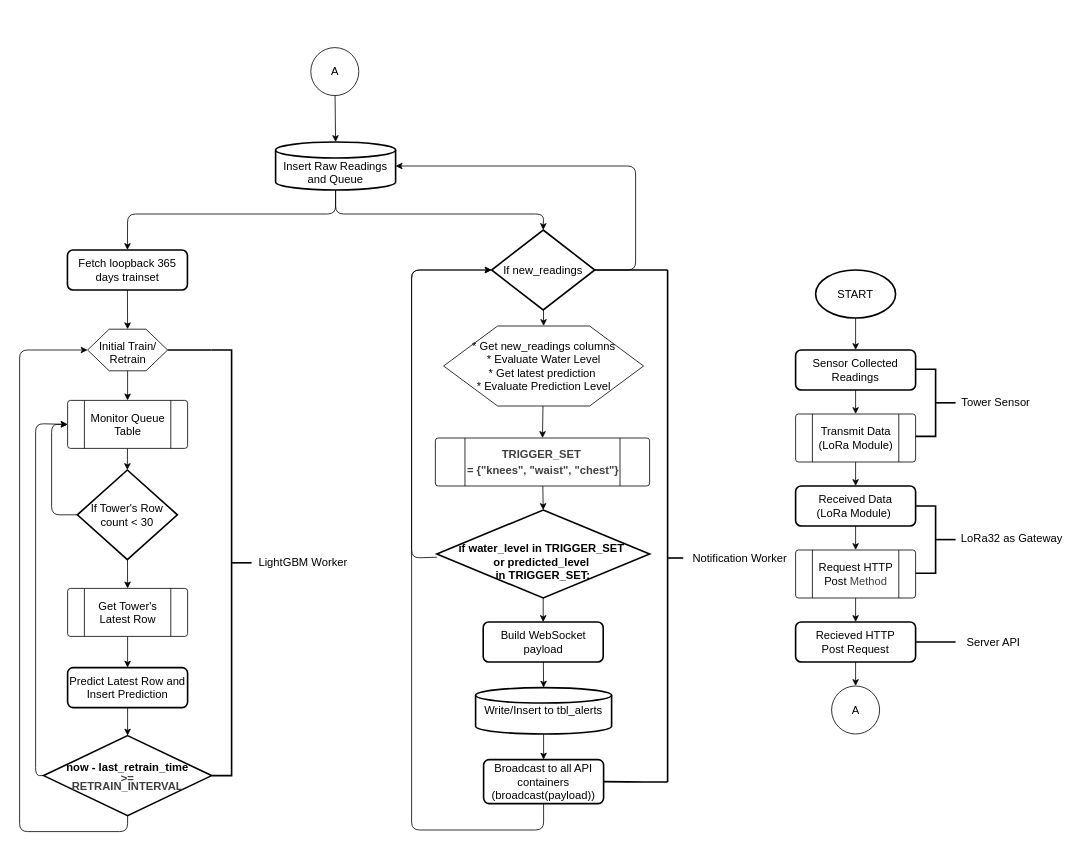
Before: sensor_collection_process.drawio in netteyr14/floodwatch-drawio-stuff, a draw.io diagram. Source tidied: cells renumbered, new cells numbered last; positions are measured from the earlier drawing's top-left corner, leaving out a move shared by most shapes. Both pictures are drawn from the tidied source at 80%, with x=0, y=0 at pixel (19, 14).
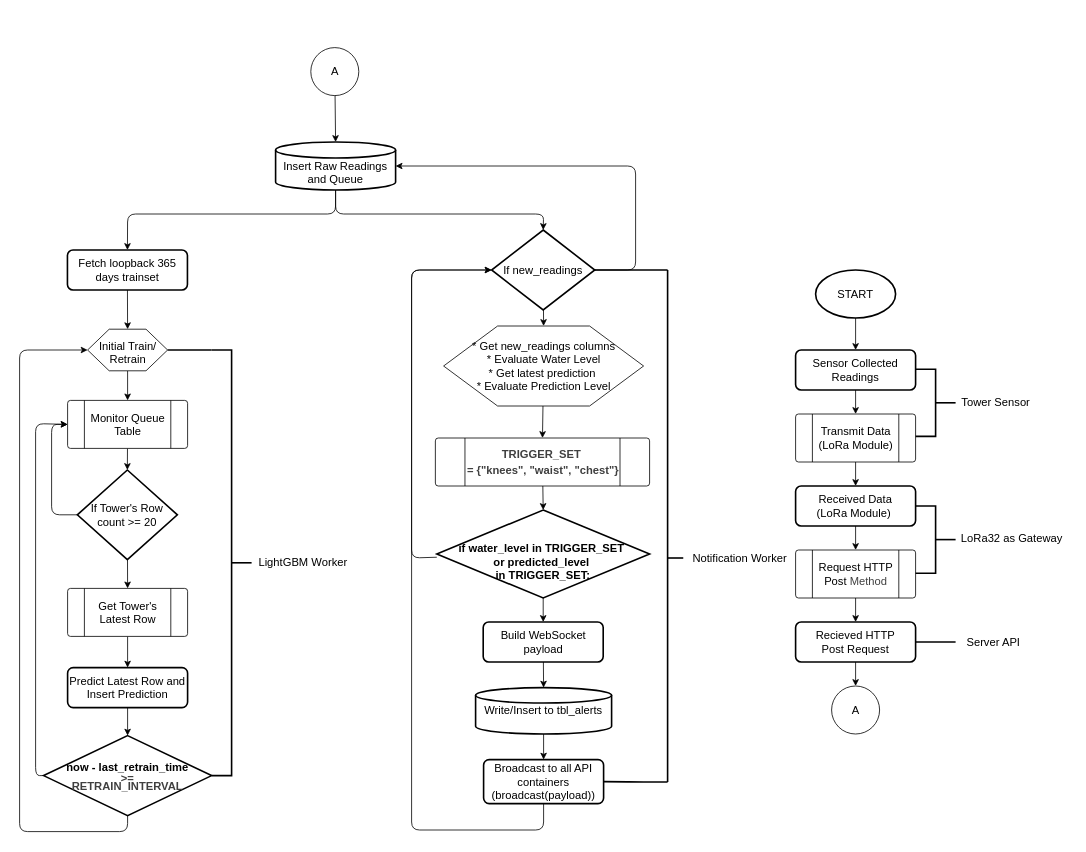
Above is the later version.

Commit message (it also covers changes not shown here):
[WINDOWS][UPDATE] sensor_collection_process Row Count >= 20

What changed in the source:
```diff
@@
-    <mxCell id="35" value="If Tower's Row&lt;div&gt;count &amp;lt; 30&lt;/div&gt;" style="strokeWidth=2;html=1;shape=mxgraph.flowchart.decision;whiteSpace=wrap;fontSize=14;" parent="1" vertex="1">
+    <mxCell id="35" value="If Tower's Row&lt;div&gt;count &amp;gt;= 20&lt;/div&gt;" style="strokeWidth=2;html=1;shape=mxgraph.flowchart.decision;whiteSpace=wrap;fontSize=14;" parent="1" vertex="1">
       <mxGeometry x="72.2" y="570" width="125" height="112" as="geometry" />
     </mxCell>
```
